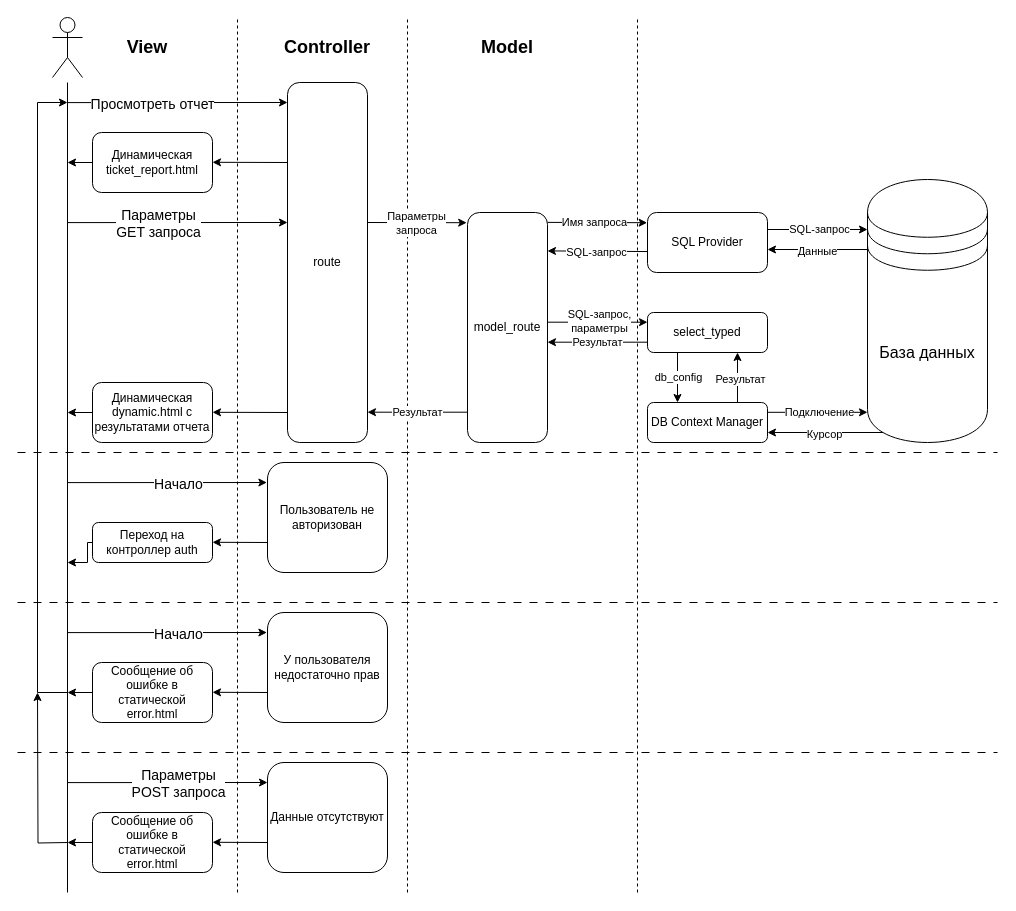
gubnik/bmstu-absolute-cinema keeps this draw.io diagram as docs/diagrams/report_view.drawio. Above is the earlier version. Source tidied: cells renumbered, new cells numbered last; positions are measured from the earlier drawing's top-left corner, leaving out a move shared by most shapes. Both pictures are drawn from the tidied source at 100%, with x=0, y=0 at pixel (17, 17).
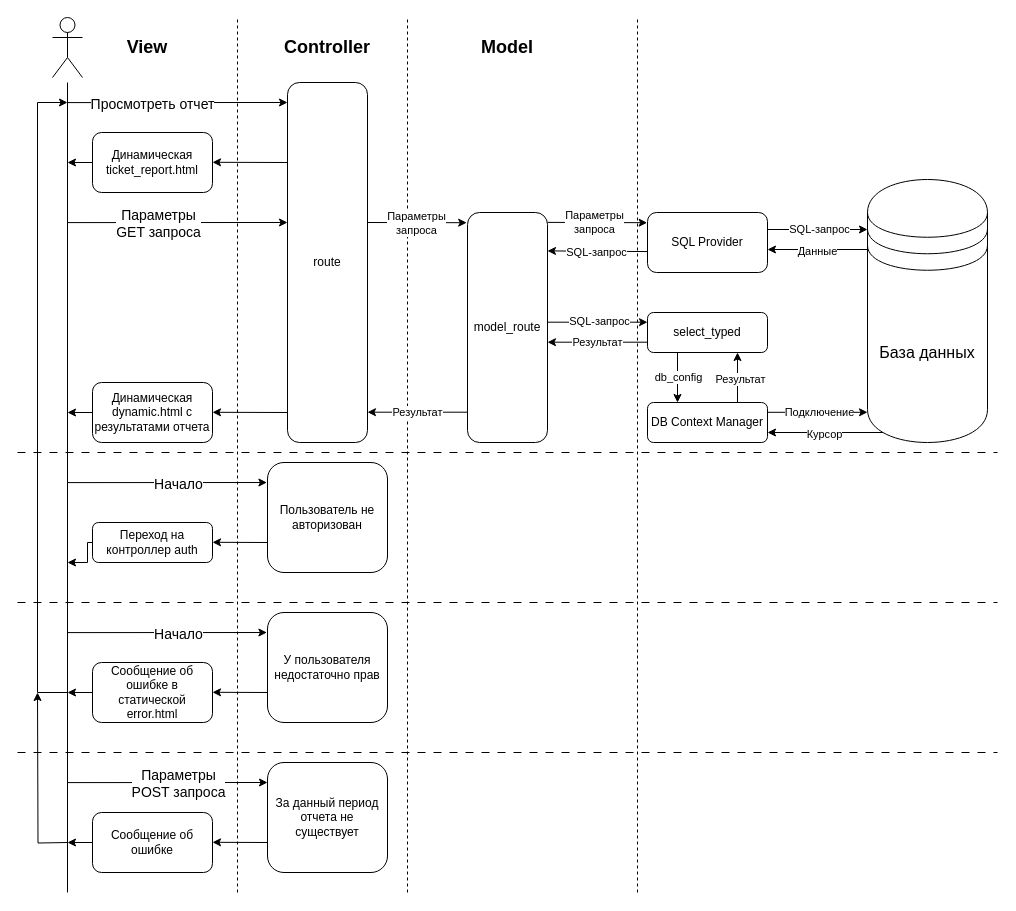
Above is the later version.

The change refers to these unchanged cells:
```xml
<mxCell id="17" style="endArrow=classic;html=1;rounded=0;exitX=1.002;exitY=0.043;exitDx=0;exitDy=0;exitPerimeter=0;entryX=-0.003;entryY=0.17;entryDx=0;entryDy=0;entryPerimeter=0;" parent="1" edge="1" source="11" target="16">
  <mxGeometry relative="1" as="geometry" />
</mxCell>
<mxCell id="22" style="endArrow=classic;html=1;rounded=0;exitX=0;exitY=0.75;exitDx=0;exitDy=0;entryX=1;entryY=0.167;entryDx=0;entryDy=0;entryPerimeter=0;" parent="1" edge="1">
  <mxGeometry relative="1" as="geometry">
    <mxPoint x="530" y="304.7" as="sourcePoint" />
    <mxPoint x="630" y="304.7" as="targetPoint" />
  </mxGeometry>
</mxCell>
```

The edit, as a diff of the source:
```diff
@@
-    <mxCell id="18" value="Имя запроса" style="edgeLabel;html=1;align=center;verticalAlign=middle;" parent="17" vertex="1">
+    <mxCell id="18" value="Параметры&lt;div&gt;запроса&lt;/div&gt;" style="edgeLabel;html=1;align=center;verticalAlign=middle;" parent="17" vertex="1">
       <mxGeometry x="-0.37" y="-2" relative="1" as="geometry">
         <mxPoint x="15" y="-2" as="offset" />
       </mxGeometry>
     </mxCell>
@@
-    <mxCell id="23" value="SQL-запрос,&lt;div&gt;параметры&lt;/div&gt;" style="edgeLabel;html=1;align=center;verticalAlign=middle;" parent="22" vertex="1">
+    <mxCell id="23" value="SQL-запрос" style="edgeLabel;html=1;align=center;verticalAlign=middle;" parent="22" vertex="1">
       <mxGeometry x="0.09" y="1" relative="1" as="geometry">
         <mxPoint x="-4" as="offset" />
       </mxGeometry>
     </mxCell>
@@
-    <mxCell id="67" value="Данные отсутствуют" style="rounded=1;whiteSpace=wrap;html=1;" parent="1" vertex="1">
+    <mxCell id="67" value="За данный период отчета не существует" style="rounded=1;whiteSpace=wrap;html=1;" parent="1" vertex="1">
       <mxGeometry x="250" y="745" width="120" height="110" as="geometry" />
     </mxCell>
-    <mxCell id="68" value="Сообщение об ошибке в статической error.html" style="rounded=1;whiteSpace=wrap;html=1;" parent="1" vertex="1">
+    <mxCell id="68" value="Сообщение об ошибке" style="rounded=1;whiteSpace=wrap;html=1;" parent="1" vertex="1">
       <mxGeometry x="75" y="795" width="120" height="60" as="geometry" />
     </mxCell>
```
